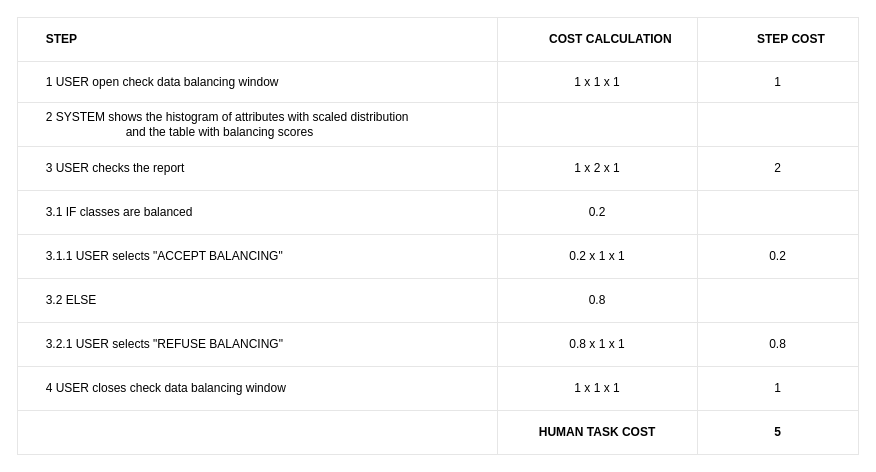
Above: check data balancing/check_data_balancing_table.drawio in BaffoBello14/AutomaticDamagesRecognition (draw.io), before the change. Source tidied: cells renumbered, new cells numbered last; positions are measured from the earlier drawing's top-left corner, leaving out a move shared by most shapes. Both pictures are drawn from the tidied source at 100%, with x=0, y=0 at pixel (17, 17).
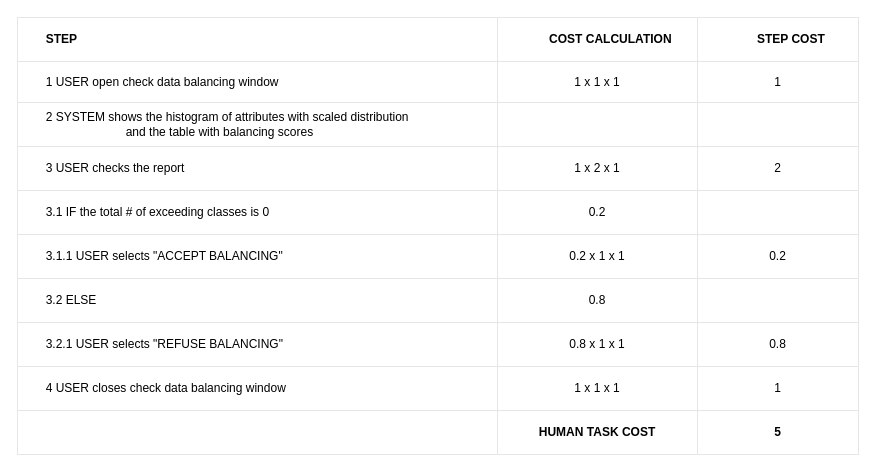
The same diagram, later.

Unchanged cells that the change refers to:
```xml
<mxCell id="19" style="shape=tableRow;horizontal=0;startSize=0;swimlaneHead=0;swimlaneBody=0;top=0;left=0;bottom=0;right=0;fontStyle=0;fillColor=none;strokeColor=inherit;align=center;" parent="2" vertex="1">
  <mxGeometry y="173" width="841" height="44" as="geometry" />
</mxCell>
```

Change to the diagram source:
```diff
@@
-    <mxCell id="20" value="&lt;span style=&quot;white-space: pre;&quot;&gt;&#9;&lt;/span&gt;3.1&amp;nbsp;IF classes are balanced" style="strokeColor=inherit;fillColor=none;align=left;whiteSpace=wrap;html=1;labelPosition=center;verticalLabelPosition=middle;verticalAlign=middle;" parent="19" vertex="1">
+    <mxCell id="20" value="&lt;span style=&quot;white-space: pre;&quot;&gt;&#9;&lt;/span&gt;3.1&amp;nbsp;IF the total # of exceeding classes is 0" style="strokeColor=inherit;fillColor=none;align=left;whiteSpace=wrap;html=1;labelPosition=center;verticalLabelPosition=middle;verticalAlign=middle;" parent="19" vertex="1">
       <mxGeometry width="480" height="44" as="geometry" />
     </mxCell>
```
